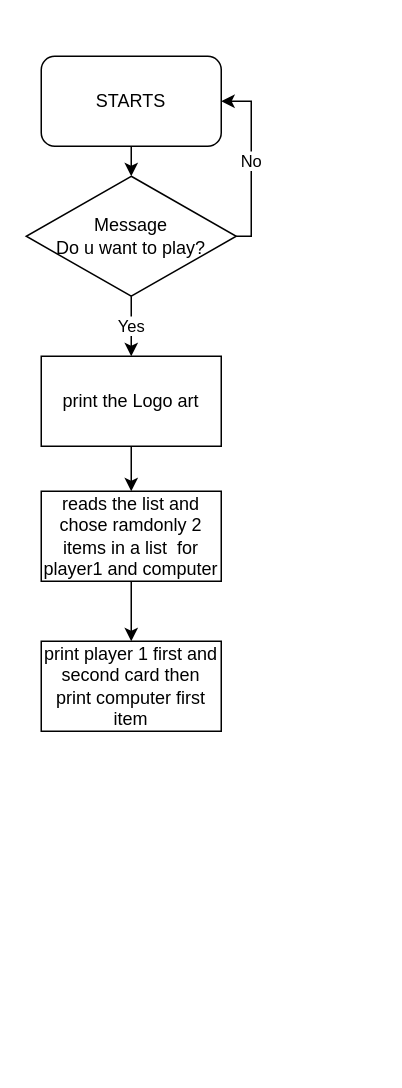
Earlier version of the draw.io diagram Untitled Diagram.drawio (Heitor-Saqueto/BlackJack). Source tidied: cells renumbered, new cells numbered last; positions are measured from the earlier drawing's top-left corner, leaving out a move shared by most shapes. Both pictures are drawn from the tidied source at 150%, with x=0, y=0 at pixel (26, 56).
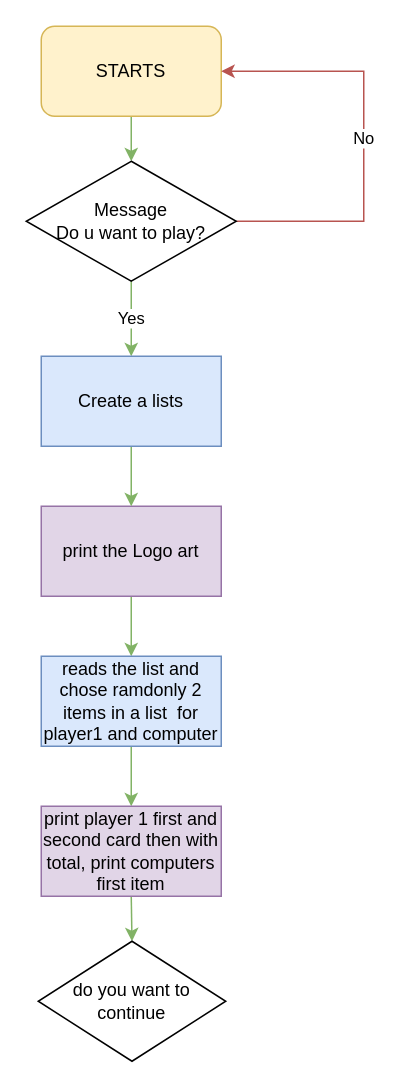
After the change.

Diff of the diagram source:
```diff
@@
 <mxGraphModel>
   <root>
     <mxCell id="0" />
     <mxCell id="1" parent="0" />
-    <mxCell id="2" style="edgeStyle=orthogonalEdgeStyle;rounded=0;jettySize=auto;html=1;exitX=0.5;exitY=1;exitDx=0;exitDy=0;entryX=0.5;entryY=0;entryDx=0;entryDy=0;" parent="1" edge="1" source="3" target="6">
+    <mxCell id="2" style="edgeStyle=orthogonalEdgeStyle;rounded=0;jettySize=auto;html=1;exitX=0.5;exitY=1;exitDx=0;exitDy=0;entryX=0.5;entryY=0;entryDx=0;entryDy=0;fillColor=#d5e8d4;strokeColor=#82b366;" parent="1" edge="1" source="3" target="6">
       <mxGeometry relative="1" as="geometry" />
     </mxCell>
-    <mxCell id="3" value="STARTS" style="rounded=1;whiteSpace=wrap;html=1;" parent="1" vertex="1">
-      <mxGeometry x="10" width="120" height="60" as="geometry" />
+    <mxCell id="3" value="STARTS" style="rounded=1;whiteSpace=wrap;html=1;fillColor=#fff2cc;strokeColor=#d6b656;" parent="1" vertex="1">
+      <mxGeometry x="10" y="-20" width="120" height="60" as="geometry" />
     </mxCell>
-    <mxCell id="4" value="Yes" style="edgeStyle=orthogonalEdgeStyle;rounded=0;jettySize=auto;html=1;" parent="1" edge="1" source="6" target="8">
+    <mxCell id="4" value="Yes" style="edgeStyle=orthogonalEdgeStyle;rounded=0;jettySize=auto;html=1;entryX=0.5;entryY=0;entryDx=0;entryDy=0;fillColor=#d5e8d4;strokeColor=#82b366;" parent="1" edge="1" source="6" target="14">
       <mxGeometry relative="1" as="geometry" />
     </mxCell>
-    <mxCell id="5" value="No" style="edgeStyle=orthogonalEdgeStyle;rounded=0;jettySize=auto;html=1;entryX=1;entryY=0.5;entryDx=0;entryDy=0;" parent="1" edge="1" source="6" target="3">
+    <mxCell id="5" value="No" style="edgeStyle=orthogonalEdgeStyle;rounded=0;jettySize=auto;html=1;entryX=1;entryY=0.5;entryDx=0;entryDy=0;fillColor=#f8cecc;strokeColor=#b85450;" parent="1" edge="1" source="6" target="3">
       <mxGeometry relative="1" as="geometry">
         <Array as="points">
-          <mxPoint x="150" y="120" />
-          <mxPoint x="150" y="30" />
+          <mxPoint x="225" y="110" />
+          <mxPoint x="225" y="10" />
         </Array>
       </mxGeometry>
     </mxCell>
     <mxCell id="6" value="Message&lt;br style=&quot;border-color: var(--border-color);&quot;&gt;Do u want to play?" style="rhombus;whiteSpace=wrap;html=1;" parent="1" vertex="1">
-      <mxGeometry y="80" width="140" height="80" as="geometry" />
+      <mxGeometry y="70" width="140" height="80" as="geometry" />
     </mxCell>
-    <mxCell id="7" style="edgeStyle=orthogonalEdgeStyle;rounded=0;jettySize=auto;html=1;" parent="1" edge="1" source="8" target="10">
+    <mxCell id="7" style="edgeStyle=orthogonalEdgeStyle;rounded=0;jettySize=auto;html=1;fillColor=#d5e8d4;strokeColor=#82b366;" parent="1" edge="1" source="8" target="10">
       <mxGeometry relative="1" as="geometry" />
     </mxCell>
-    <mxCell id="8" value="print the Logo art" style="whiteSpace=wrap;html=1;" parent="1" vertex="1">
-      <mxGeometry x="10" y="200" width="120" height="60" as="geometry" />
+    <mxCell id="8" value="print the Logo art" style="whiteSpace=wrap;html=1;fillColor=#e1d5e7;strokeColor=#9673a6;" parent="1" vertex="1">
+      <mxGeometry x="10" y="300" width="120" height="60" as="geometry" />
     </mxCell>
-    <mxCell id="9" style="edgeStyle=orthogonalEdgeStyle;rounded=0;jettySize=auto;html=1;" parent="1" edge="1" source="10" target="11">
+    <mxCell id="9" style="edgeStyle=orthogonalEdgeStyle;rounded=0;jettySize=auto;html=1;fillColor=#d5e8d4;strokeColor=#82b366;" parent="1" edge="1" source="10" target="11">
       <mxGeometry relative="1" as="geometry" />
     </mxCell>
-    <mxCell id="10" value="reads the list and chose ramdonly 2 items in a list&amp;nbsp; for player1 and computer" style="whiteSpace=wrap;html=1;" parent="1" vertex="1">
-      <mxGeometry x="10" y="290" width="120" height="60" as="geometry" />
+    <mxCell id="10" value="reads the list and chose ramdonly 2 items in a list&amp;nbsp; for player1 and computer" style="whiteSpace=wrap;html=1;fillColor=#dae8fc;strokeColor=#6c8ebf;" parent="1" vertex="1">
+      <mxGeometry x="10" y="400" width="120" height="60" as="geometry" />
     </mxCell>
+    <mxCell id="12" style="edgeStyle=orthogonalEdgeStyle;rounded=0;jettySize=auto;html=1;exitX=0.5;exitY=1;exitDx=0;exitDy=0;entryX=0.5;entryY=0;entryDx=0;entryDy=0;fillColor=#d5e8d4;strokeColor=#82b366;" parent="1" edge="1" source="11" target="15">
+      <mxGeometry relative="1" as="geometry" />
+    </mxCell>
-    <mxCell id="11" value="print player 1 first and second card then print computer first item" style="whiteSpace=wrap;html=1;" parent="1" vertex="1">
-      <mxGeometry x="10" y="390" width="120" height="60" as="geometry" />
+    <mxCell id="11" value="print player 1 first and second card then with total, print computers first item" style="whiteSpace=wrap;html=1;fillColor=#e1d5e7;strokeColor=#9673a6;" parent="1" vertex="1">
+      <mxGeometry x="10" y="500" width="120" height="60" as="geometry" />
     </mxCell>
+    <mxCell id="13" style="edgeStyle=orthogonalEdgeStyle;rounded=0;jettySize=auto;html=1;exitX=0.5;exitY=1;exitDx=0;exitDy=0;entryX=0.5;entryY=0;entryDx=0;entryDy=0;fillColor=#d5e8d4;strokeColor=#82b366;" parent="1" edge="1" source="14" target="8">
+      <mxGeometry relative="1" as="geometry" />
+    </mxCell>
+    <mxCell id="14" value="Create a lists" style="whiteSpace=wrap;html=1;fillColor=#dae8fc;strokeColor=#6c8ebf;" parent="1" vertex="1">
+      <mxGeometry x="10" y="200" width="120" height="60" as="geometry" />
+    </mxCell>
+    <mxCell id="15" value="do you want to continue" style="rhombus;whiteSpace=wrap;html=1;" parent="1" vertex="1">
+      <mxGeometry x="8" y="590" width="125" height="80" as="geometry" />
+    </mxCell>
   </root>
 </mxGraphModel>
```
